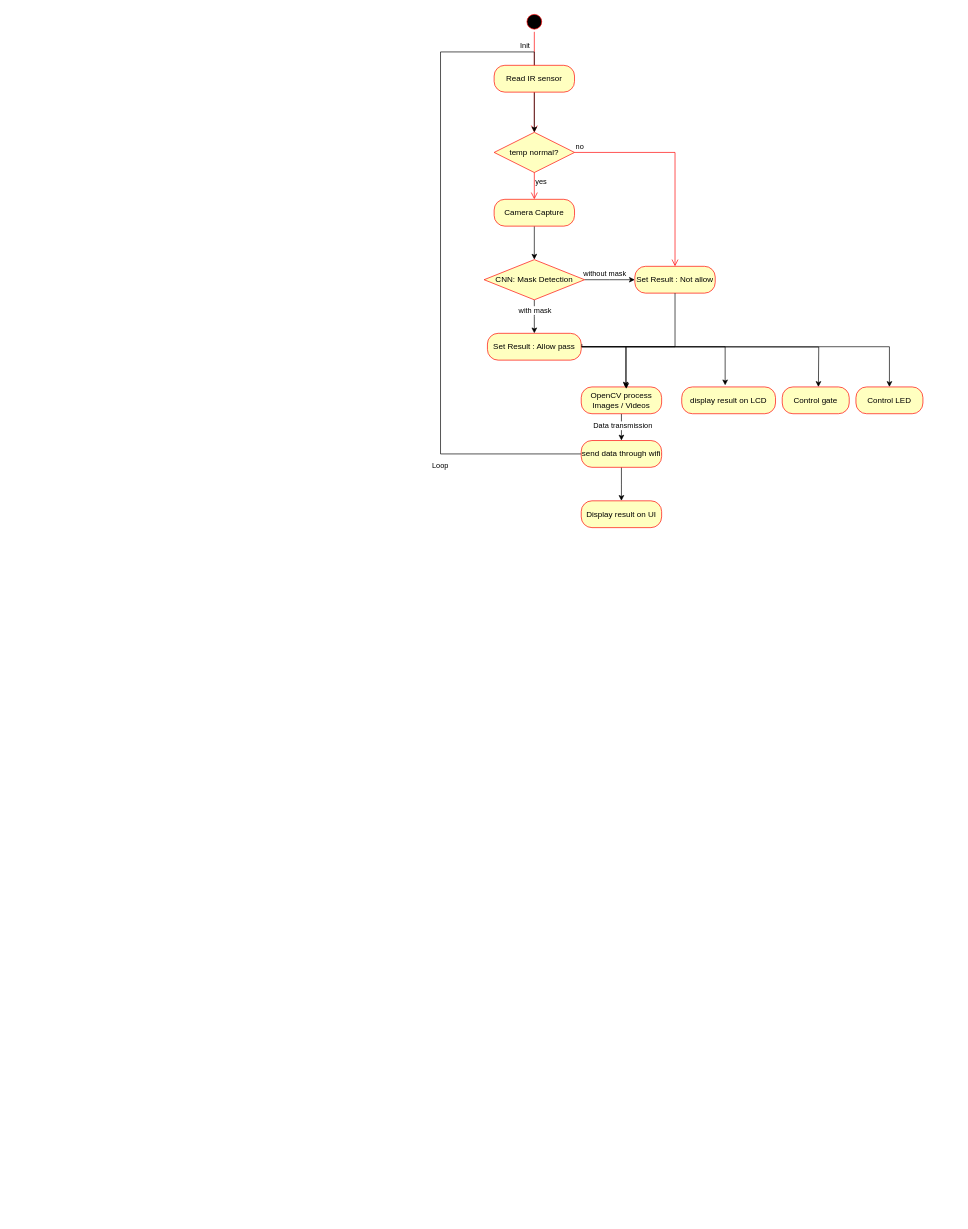
This is page "status diagram" (4 of 4) of ProjectDiagram.drawio from ArcueidShiki/SmartEntrySystem, a draw.io file, before an edit. Source tidied: cells renumbered, new cells numbered last; positions are measured from the earlier drawing's top-left corner, leaving out a move shared by most shapes. Both pictures are drawn from the tidied source at 67%, with x=0, y=0 at pixel (440, 11).
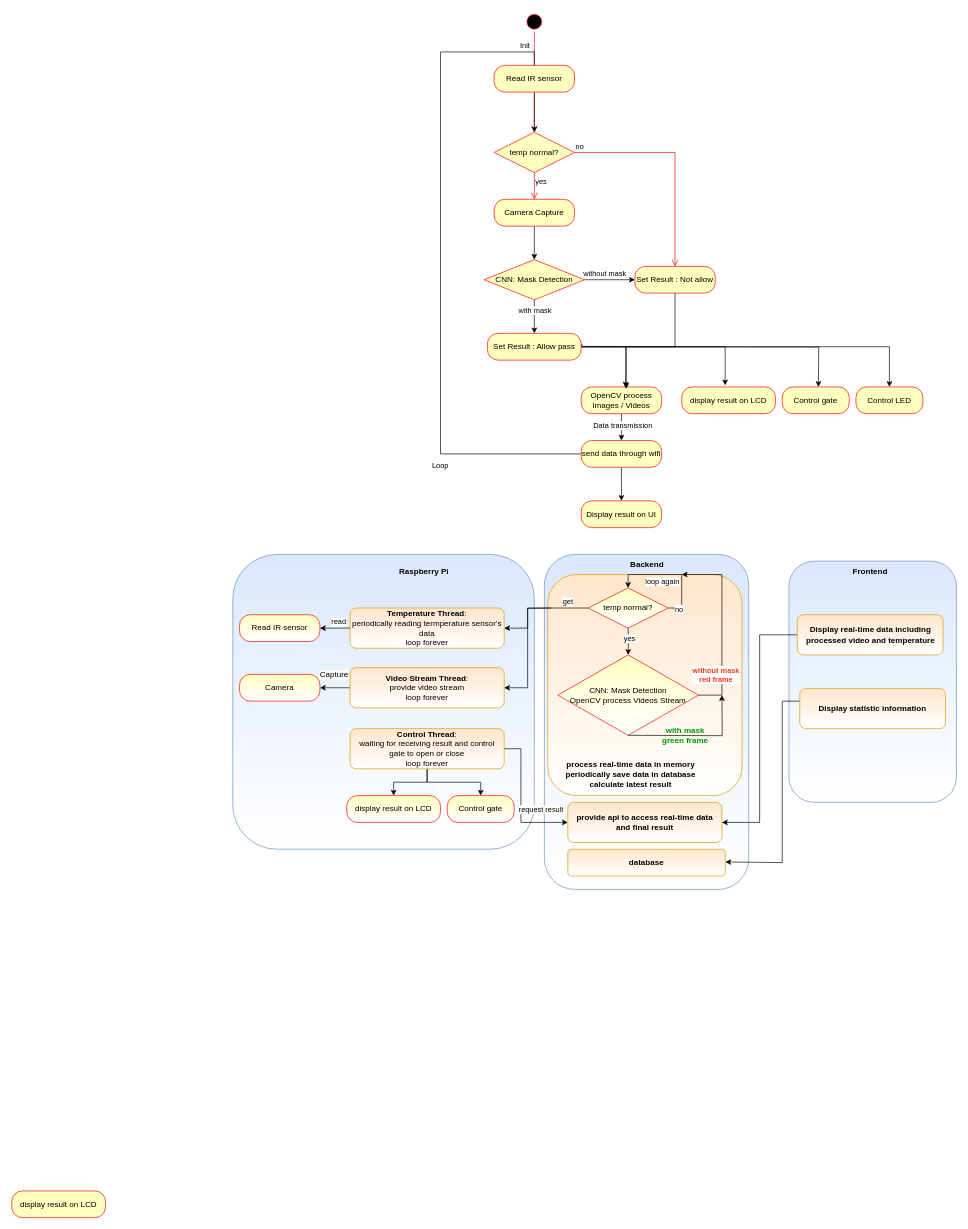
The same page after the edit.

Change to the diagram source:
```diff
@@
+    <mxCell id="34" style="rounded=1;whiteSpace=wrap;html=1;fillColor=#dae8fc;strokeColor=#6c8ebf;fillStyle=auto;gradientColor=#FFFFFF;" parent="1" vertex="1">
+      <mxGeometry x="155" y="810" width="305" height="500" as="geometry" />
+    </mxCell>
+    <mxCell id="35" style="rounded=1;whiteSpace=wrap;html=1;fillColor=#ffe6cc;strokeColor=#d79b00;gradientColor=#FFFFFF;" parent="1" vertex="1">
+      <mxGeometry x="160" y="840" width="290" height="330" as="geometry" />
+    </mxCell>
@@
+    <mxCell id="36" style="rounded=1;whiteSpace=wrap;html=1;fillColor=#dae8fc;strokeColor=#6c8ebf;fillStyle=auto;gradientColor=#FFFFFF;" parent="1" vertex="1">
+      <mxGeometry x="-310" y="810" width="450" height="440" as="geometry" />
+    </mxCell>
+    <mxCell id="37" style="rounded=1;whiteSpace=wrap;html=1;fillColor=#dae8fc;strokeColor=#6c8ebf;fillStyle=auto;gradientColor=#FFFFFF;" parent="1" vertex="1">
+      <mxGeometry x="520" y="820" width="250" height="360" as="geometry" />
+    </mxCell>
+    <mxCell id="38" value="&lt;b&gt;Raspberry Pi&lt;/b&gt;" style="text;html=1;align=center;verticalAlign=middle;strokeColor=none;fillColor=none;" parent="1" vertex="1">
+      <mxGeometry x="-75" y="820" width="100" height="30" as="geometry" />
+    </mxCell>
+    <mxCell id="39" value="&lt;b&gt;Backend&lt;/b&gt;" style="text;html=1;align=center;verticalAlign=middle;strokeColor=none;fillColor=none;" parent="1" vertex="1">
+      <mxGeometry x="272.5" y="810" width="70" height="30" as="geometry" />
+    </mxCell>
+    <mxCell id="40" value="&lt;b&gt;Frontend&lt;/b&gt;" style="text;html=1;align=center;verticalAlign=middle;strokeColor=none;fillColor=none;" parent="1" vertex="1">
+      <mxGeometry x="601.2" y="820" width="80" height="30" as="geometry" />
+    </mxCell>
+    <mxCell id="41" style="edgeStyle=orthogonalEdgeStyle;rounded=0;jettySize=auto;html=1;entryX=1;entryY=0.5;entryDx=0;entryDy=0;" parent="1" edge="1" source="43" target="66">
+      <mxGeometry relative="1" as="geometry" />
+    </mxCell>
+    <mxCell id="42" value="read" style="edgeLabel;html=1;align=center;verticalAlign=middle;" parent="41" vertex="1">
+      <mxGeometry x="-0.21" y="-1" relative="1" as="geometry">
+        <mxPoint y="-9" as="offset" />
+      </mxGeometry>
+    </mxCell>
+    <mxCell id="43" value="&lt;b&gt;Temperature Thread&lt;/b&gt;:&lt;div&gt;periodically reading termperature sensor's data&lt;/div&gt;&lt;div&gt;loop forever&lt;/div&gt;" style="rounded=1;whiteSpace=wrap;html=1;fillColor=#ffe6cc;strokeColor=#d79b00;gradientColor=#FFFFFF;" parent="1" vertex="1">
+      <mxGeometry x="-135" y="890" width="230" height="60" as="geometry" />
+    </mxCell>
+    <mxCell id="44" style="edgeStyle=orthogonalEdgeStyle;rounded=0;jettySize=auto;html=1;entryX=1;entryY=0.5;entryDx=0;entryDy=0;" parent="1" edge="1" source="46" target="67">
+      <mxGeometry relative="1" as="geometry" />
+    </mxCell>
+    <mxCell id="45" value="&lt;span style=&quot;font-size: 12px; text-wrap: wrap; background-color: rgb(251, 251, 251);&quot;&gt;Capture&lt;/span&gt;" style="edgeLabel;html=1;align=center;verticalAlign=middle;" parent="44" vertex="1">
+      <mxGeometry x="-0.28" relative="1" as="geometry">
+        <mxPoint x="-9" y="-20" as="offset" />
+      </mxGeometry>
+    </mxCell>
+    <mxCell id="46" value="&lt;b&gt;Video Stream Thread&lt;/b&gt;:&lt;div&gt;provide video stream&lt;/div&gt;&lt;div&gt;loop forever&lt;/div&gt;" style="rounded=1;whiteSpace=wrap;html=1;fillColor=#ffe6cc;strokeColor=#d79b00;gradientColor=#FFFFFF;" parent="1" vertex="1">
+      <mxGeometry x="-135" y="979" width="230" height="60" as="geometry" />
+    </mxCell>
+    <mxCell id="47" style="edgeStyle=orthogonalEdgeStyle;rounded=0;jettySize=auto;html=1;entryX=0;entryY=0.5;entryDx=0;entryDy=0;" parent="1" edge="1" source="51" target="57">
+      <mxGeometry relative="1" as="geometry">
+        <Array as="points">
+          <mxPoint x="120" y="1100" />
+          <mxPoint x="120" y="1210" />
+        </Array>
+      </mxGeometry>
+    </mxCell>
+    <mxCell id="48" value="request result" style="edgeLabel;html=1;align=center;verticalAlign=middle;" parent="47" vertex="1">
+      <mxGeometry x="-0.63" y="2" relative="1" as="geometry">
+        <mxPoint x="27" y="77" as="offset" />
+      </mxGeometry>
+    </mxCell>
+    <mxCell id="49" style="edgeStyle=orthogonalEdgeStyle;rounded=0;jettySize=auto;html=1;entryX=0.5;entryY=0;entryDx=0;entryDy=0;" parent="1" edge="1" source="51" target="63">
+      <mxGeometry relative="1" as="geometry" />
+    </mxCell>
+    <mxCell id="50" style="edgeStyle=orthogonalEdgeStyle;rounded=0;jettySize=auto;html=1;" parent="1" edge="1" source="51" target="65">
+      <mxGeometry relative="1" as="geometry" />
+    </mxCell>
+    <mxCell id="51" value="&lt;b&gt;Control Thread&lt;/b&gt;:&lt;div&gt;waiting for receiving result and control gate to open or close&lt;/div&gt;&lt;div&gt;loop forever&lt;/div&gt;" style="rounded=1;whiteSpace=wrap;html=1;fillColor=#ffe6cc;strokeColor=#d79b00;gradientColor=#FFFFFF;" parent="1" vertex="1">
+      <mxGeometry x="-135" y="1070" width="230" height="60" as="geometry" />
+    </mxCell>
+    <mxCell id="52" style="edgeStyle=orthogonalEdgeStyle;rounded=0;jettySize=auto;html=1;entryX=1;entryY=0.5;entryDx=0;entryDy=0;" parent="1" edge="1" target="43">
+      <mxGeometry relative="1" as="geometry">
+        <mxPoint x="165" y="890" as="sourcePoint" />
+      </mxGeometry>
+    </mxCell>
+    <mxCell id="53" style="edgeStyle=orthogonalEdgeStyle;rounded=0;jettySize=auto;html=1;entryX=1;entryY=0.5;entryDx=0;entryDy=0;exitX=0;exitY=0.5;exitDx=0;exitDy=0;" parent="1" edge="1" source="68" target="46">
+      <mxGeometry relative="1" as="geometry">
+        <Array as="points">
+          <mxPoint x="130" y="890" />
+          <mxPoint x="130" y="1009" />
+        </Array>
+      </mxGeometry>
+    </mxCell>
+    <mxCell id="54" value="get" style="edgeLabel;html=1;align=center;verticalAlign=middle;" parent="53" vertex="1">
+      <mxGeometry x="-0.76" relative="1" as="geometry">
+        <mxPoint x="-2" y="-10" as="offset" />
+      </mxGeometry>
+    </mxCell>
+    <mxCell id="55" style="edgeStyle=orthogonalEdgeStyle;rounded=0;orthogonalLoop=1;jettySize=auto;html=1;" parent="1" edge="1">
+      <mxGeometry relative="1" as="geometry">
+        <mxPoint x="280" y="920" as="sourcePoint" />
+        <mxPoint x="280" y="960" as="targetPoint" />
+      </mxGeometry>
+    </mxCell>
+    <mxCell id="56" value="yes" style="edgeLabel;html=1;align=center;verticalAlign=middle;" parent="55" vertex="1">
+      <mxGeometry x="-0.22" y="1" relative="1" as="geometry" />
+    </mxCell>
+    <mxCell id="57" value="&lt;b&gt;provide api to access real-time data and final result&lt;/b&gt;" style="rounded=1;whiteSpace=wrap;html=1;fillColor=#ffe6cc;strokeColor=#d79b00;gradientColor=#FFFFFF;" parent="1" vertex="1">
+      <mxGeometry x="190" y="1180" width="230" height="60" as="geometry" />
+    </mxCell>
+    <mxCell id="58" value="&lt;b&gt;database&lt;/b&gt;" style="rounded=1;whiteSpace=wrap;html=1;fillColor=#ffe6cc;strokeColor=#d79b00;gradientColor=#FFFFFF;" parent="1" vertex="1">
+      <mxGeometry x="190" y="1250" width="235" height="40" as="geometry" />
+    </mxCell>
+    <mxCell id="59" style="edgeStyle=orthogonalEdgeStyle;rounded=0;jettySize=auto;html=1;entryX=1;entryY=0.5;entryDx=0;entryDy=0;" parent="1" edge="1" source="60" target="57">
+      <mxGeometry relative="1" as="geometry" />
+    </mxCell>
+    <mxCell id="60" value="&lt;b&gt;Display real-time data including processed video and temperature&lt;/b&gt;" style="rounded=1;whiteSpace=wrap;html=1;fillColor=#ffe6cc;strokeColor=#d79b00;gradientColor=#FFFFFF;" parent="1" vertex="1">
+      <mxGeometry x="532.5" y="900" width="217.5" height="60" as="geometry" />
+    </mxCell>
+    <mxCell id="61" style="edgeStyle=orthogonalEdgeStyle;rounded=0;orthogonalLoop=1;jettySize=auto;html=1;entryX=1;entryY=0.5;entryDx=0;entryDy=0;" parent="1" edge="1">
+      <mxGeometry relative="1" as="geometry">
+        <mxPoint x="536.2" y="1029" as="sourcePoint" />
+        <mxPoint x="425" y="1269" as="targetPoint" />
+        <Array as="points">
+          <mxPoint x="510" y="1029" />
+          <mxPoint x="510" y="1270" />
+          <mxPoint x="425" y="1270" />
+        </Array>
+      </mxGeometry>
+    </mxCell>
+    <mxCell id="62" value="&lt;b&gt;Display statistic information&lt;/b&gt;" style="rounded=1;whiteSpace=wrap;html=1;fillColor=#ffe6cc;strokeColor=#d79b00;gradientColor=#FFFFFF;" parent="1" vertex="1">
+      <mxGeometry x="536.2" y="1010" width="217.5" height="60" as="geometry" />
+    </mxCell>
+    <mxCell id="63" value="display result on LCD" style="rounded=1;whiteSpace=wrap;html=1;arcSize=40;fontColor=#000000;fillColor=#ffffc0;strokeColor=#ff0000;gradientColor=#FFFFFF;" parent="1" vertex="1">
+      <mxGeometry x="-140" y="1170" width="140" height="40" as="geometry" />
+    </mxCell>
+    <mxCell id="64" value="display result on LCD" style="rounded=1;whiteSpace=wrap;html=1;arcSize=40;fontColor=#000000;fillColor=#ffffc0;strokeColor=#ff0000;" parent="1" vertex="1">
+      <mxGeometry x="-640" y="1760" width="140" height="40" as="geometry" />
+    </mxCell>
+    <mxCell id="65" value="Control gate" style="rounded=1;whiteSpace=wrap;html=1;arcSize=40;fontColor=#000000;fillColor=#ffffc0;strokeColor=#ff0000;gradientColor=#FFFFFF;" parent="1" vertex="1">
+      <mxGeometry x="10" y="1170" width="100" height="40" as="geometry" />
+    </mxCell>
+    <mxCell id="66" value="Read IR sensor" style="rounded=1;whiteSpace=wrap;html=1;arcSize=40;fontColor=#000000;fillColor=#ffffc0;strokeColor=#ff0000;gradientColor=#FFFFFF;" parent="1" vertex="1">
+      <mxGeometry x="-300" y="900" width="120" height="40" as="geometry" />
+    </mxCell>
+    <mxCell id="67" value="Camera" style="rounded=1;whiteSpace=wrap;html=1;arcSize=40;fontColor=#000000;fillColor=#ffffc0;strokeColor=#ff0000;gradientColor=#FFFFFF;" parent="1" vertex="1">
+      <mxGeometry x="-300" y="989" width="120" height="40" as="geometry" />
+    </mxCell>
+    <mxCell id="68" value="temp normal?" style="rhombus;whiteSpace=wrap;html=1;fontColor=#000000;fillColor=#ffffc0;strokeColor=#ff0000;gradientColor=#FFFFFF;" parent="1" vertex="1">
+      <mxGeometry x="220" y="860" width="120" height="60" as="geometry" />
+    </mxCell>
+    <mxCell id="69" value="CNN: Mask Detection&lt;br&gt;OpenCV process Videos Stream" style="rhombus;whiteSpace=wrap;html=1;fontColor=#000000;fillColor=#ffffc0;strokeColor=#ff0000;gradientColor=#FFFFFF;" parent="1" vertex="1">
+      <mxGeometry x="175" y="960" width="210" height="120" as="geometry" />
+    </mxCell>
+    <mxCell id="70" style="edgeStyle=orthogonalEdgeStyle;rounded=0;jettySize=auto;html=1;exitX=1;exitY=0.5;exitDx=0;exitDy=0;" parent="1" edge="1" source="69">
+      <mxGeometry relative="1" as="geometry">
+        <mxPoint x="360" y="840" as="targetPoint" />
+        <Array as="points">
+          <mxPoint x="420" y="1020" />
+          <mxPoint x="420" y="840" />
+        </Array>
+      </mxGeometry>
+    </mxCell>
+    <mxCell id="71" value="&lt;font color=&quot;#ff3912&quot;&gt;&lt;b&gt;without mask&lt;br&gt;red frame&lt;/b&gt;&lt;/font&gt;" style="edgeLabel;html=1;align=center;verticalAlign=middle;" parent="70" vertex="1">
+      <mxGeometry x="-0.22" y="1" relative="1" as="geometry">
+        <mxPoint x="-9" y="41" as="offset" />
+      </mxGeometry>
+    </mxCell>
+    <mxCell id="72" style="edgeStyle=orthogonalEdgeStyle;rounded=0;orthogonalLoop=1;jettySize=auto;html=1;entryX=0.5;entryY=0;entryDx=0;entryDy=0;exitX=1;exitY=0.5;exitDx=0;exitDy=0;" parent="1" edge="1" source="68" target="68">
+      <mxGeometry relative="1" as="geometry">
+        <Array as="points">
+          <mxPoint x="360" y="890" />
+          <mxPoint x="360" y="840" />
+          <mxPoint x="280" y="840" />
+        </Array>
+      </mxGeometry>
+    </mxCell>
+    <mxCell id="73" value="no" style="edgeLabel;html=1;align=center;verticalAlign=middle;" parent="72" vertex="1">
+      <mxGeometry x="-0.82" y="-1" relative="1" as="geometry" />
+    </mxCell>
+    <mxCell id="74" value="loop again" style="edgeLabel;html=1;align=center;verticalAlign=middle;" parent="72" vertex="1">
+      <mxGeometry x="0.01" y="1" relative="1" as="geometry">
+        <mxPoint x="-14" y="9" as="offset" />
+      </mxGeometry>
+    </mxCell>
+    <mxCell id="75" value="&lt;div style=&quot;text-align: center;&quot;&gt;&lt;span style=&quot;background-color: initial;&quot;&gt;&lt;b&gt;process real-time data in memory&lt;/b&gt;&lt;/span&gt;&lt;/div&gt;&lt;div style=&quot;text-align: center;&quot;&gt;&lt;b&gt;periodically save data in database&lt;/b&gt;&lt;/div&gt;&lt;div style=&quot;text-align: center;&quot;&gt;&lt;b&gt;calculate latest result&lt;/b&gt;&lt;/div&gt;" style="text;whiteSpace=wrap;html=1;" parent="1" vertex="1">
+      <mxGeometry x="185" y="1110" width="240" height="40" as="geometry" />
+    </mxCell>
+    <mxCell id="76" style="edgeStyle=orthogonalEdgeStyle;rounded=0;orthogonalLoop=1;jettySize=auto;html=1;" parent="1" edge="1">
+      <mxGeometry relative="1" as="geometry">
+        <mxPoint x="279.7" y="1080" as="sourcePoint" />
+        <mxPoint x="420" y="1020" as="targetPoint" />
+      </mxGeometry>
+    </mxCell>
+    <mxCell id="77" value="&lt;b&gt;&lt;font color=&quot;#009900&quot;&gt;with mask&lt;br&gt;green frame&lt;/font&gt;&lt;/b&gt;" style="text;html=1;align=center;verticalAlign=middle;strokeColor=none;fillColor=none;" parent="1" vertex="1">
+      <mxGeometry x="320" y="1060" width="90" height="40" as="geometry" />
+    </mxCell>
```
